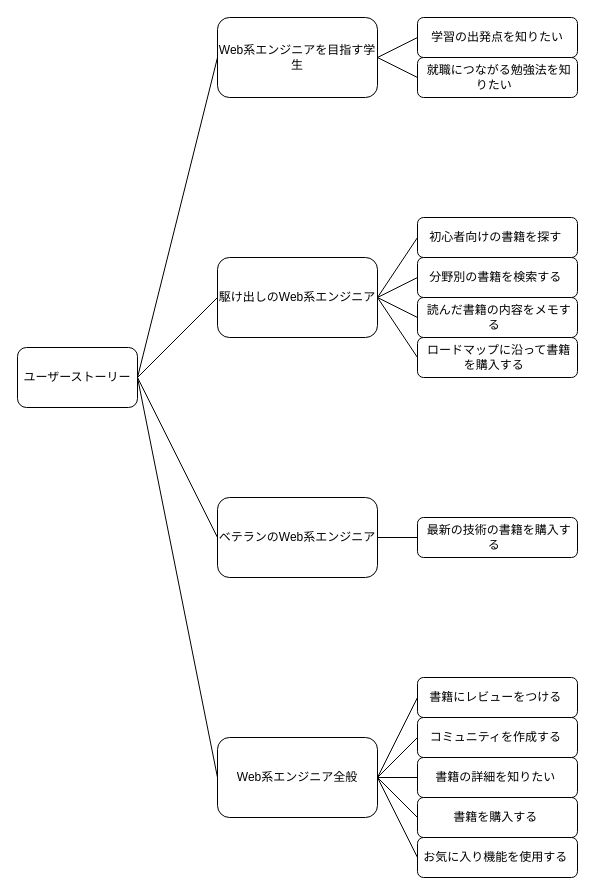
lnoueryo/shopping keeps this draw.io diagram as page "Japanese" (2 of 2) of documents/user-story.drawio. Above is the earlier version. Source tidied: cells renumbered, new cells numbered last; positions are measured from the earlier drawing's top-left corner, leaving out a move shared by most shapes. Both pictures are drawn from the tidied source at 100%, with x=0, y=0 at pixel (17, 17).
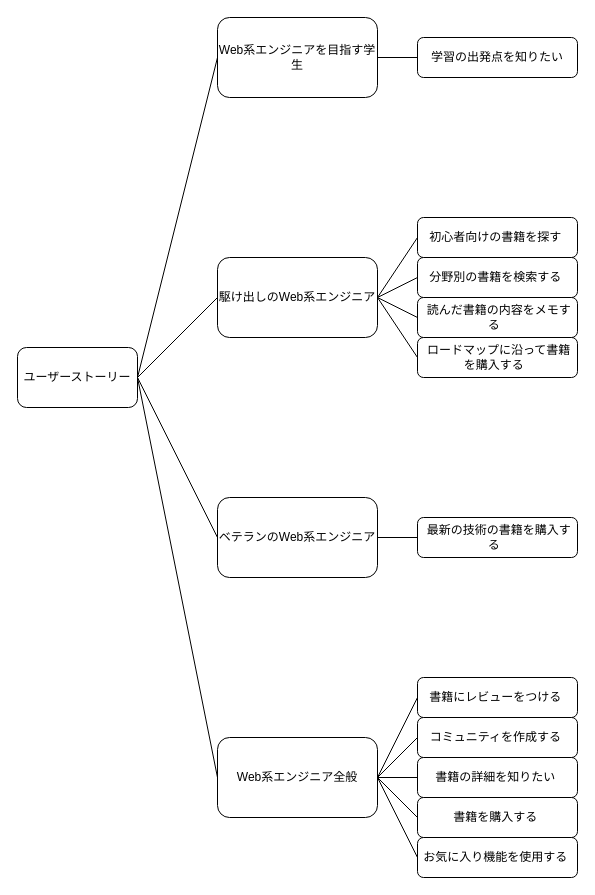
The same diagram, later.

Unchanged cells that the change refers to:
```xml
<mxCell id="3" value="Web系エンジニアを目指す学生" style="rounded=1;whiteSpace=wrap;html=1;" parent="1" vertex="1">
  <mxGeometry x="200" width="160" height="80" as="geometry" />
</mxCell>
```

What changed in the source:
```diff
@@
     <mxCell id="11" value="学習の出発点を知りたい" style="rounded=1;whiteSpace=wrap;html=1;" parent="1" vertex="1">
-      <mxGeometry x="400" width="160" height="40" as="geometry" />
+      <mxGeometry x="400" y="20" width="160" height="40" as="geometry" />
     </mxCell>
@@
-    <mxCell id="13" value="&amp;nbsp;就職につながる勉強法を知りたい&amp;nbsp;&amp;nbsp;" style="rounded=1;whiteSpace=wrap;html=1;" parent="1" vertex="1">
-      <mxGeometry x="400" y="40" width="160" height="40" as="geometry" />
-    </mxCell>
-    <mxCell id="14" style="endArrow=none;html=1;exitX=1;exitY=0.5;exitDx=0;exitDy=0;entryX=0;entryY=0.5;entryDx=0;entryDy=0;" parent="1" edge="1" source="3" target="13">
-      <mxGeometry relative="1" as="geometry" />
-    </mxCell>
```
